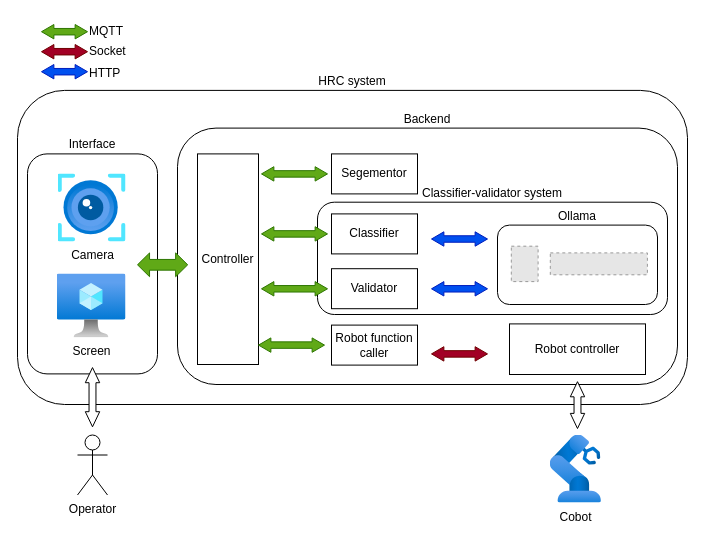
Earlier version of the draw.io diagram architecture.drawio (GreatSharky/CoHSCI). Source tidied: cells renumbered, new cells numbered last; positions are measured from the earlier drawing's top-left corner, leaving out a move shared by most shapes. Both pictures are drawn from the tidied source at 100%, with x=0, y=0 at pixel (17, 16). Pictures stored in the file or linked from it are replaced by grey dashed boxes.
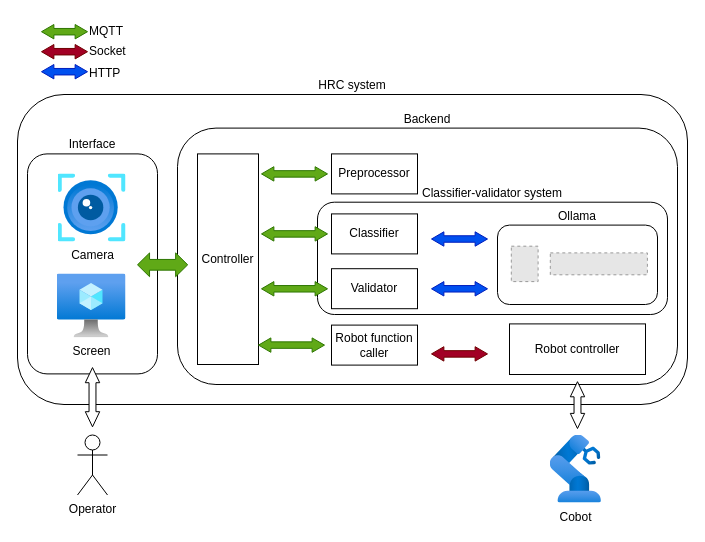
The same page after the edit.

The edit, as a diff of the source:
```diff
@@
     <mxCell id="2" value="HRC system" style="rounded=1;whiteSpace=wrap;html=1;fillColor=none;labelPosition=center;verticalLabelPosition=top;align=center;verticalAlign=bottom;" parent="1" vertex="1">
-      <mxGeometry y="73.9" width="670" height="314.1" as="geometry" />
+      <mxGeometry y="78" width="670" height="310" as="geometry" />
     </mxCell>
@@
-    <mxCell id="11" value="Segementor" style="rounded=0;whiteSpace=wrap;html=1;" parent="1" vertex="1">
+    <mxCell id="11" value="Preprocessor" style="rounded=0;whiteSpace=wrap;html=1;" parent="1" vertex="1">
       <mxGeometry x="314" y="137.4" width="86" height="40" as="geometry" />
     </mxCell>
```
